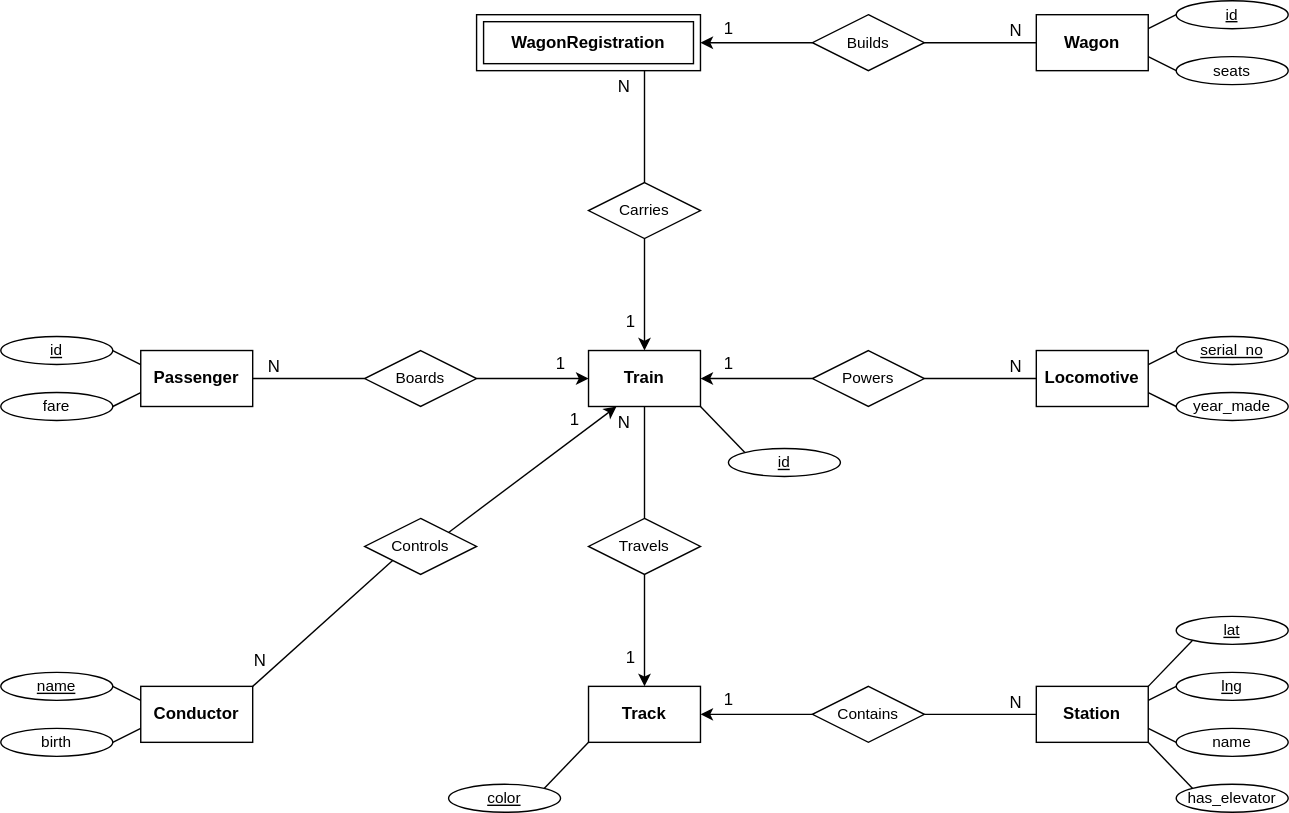
Earlier version of the draw.io export cta/er1.svg (hanggrian/IIT-CS425). Source tidied: cells renumbered, new cells last; positions are measured from the earlier drawing's top-left corner, leaving out a move shared by most shapes.
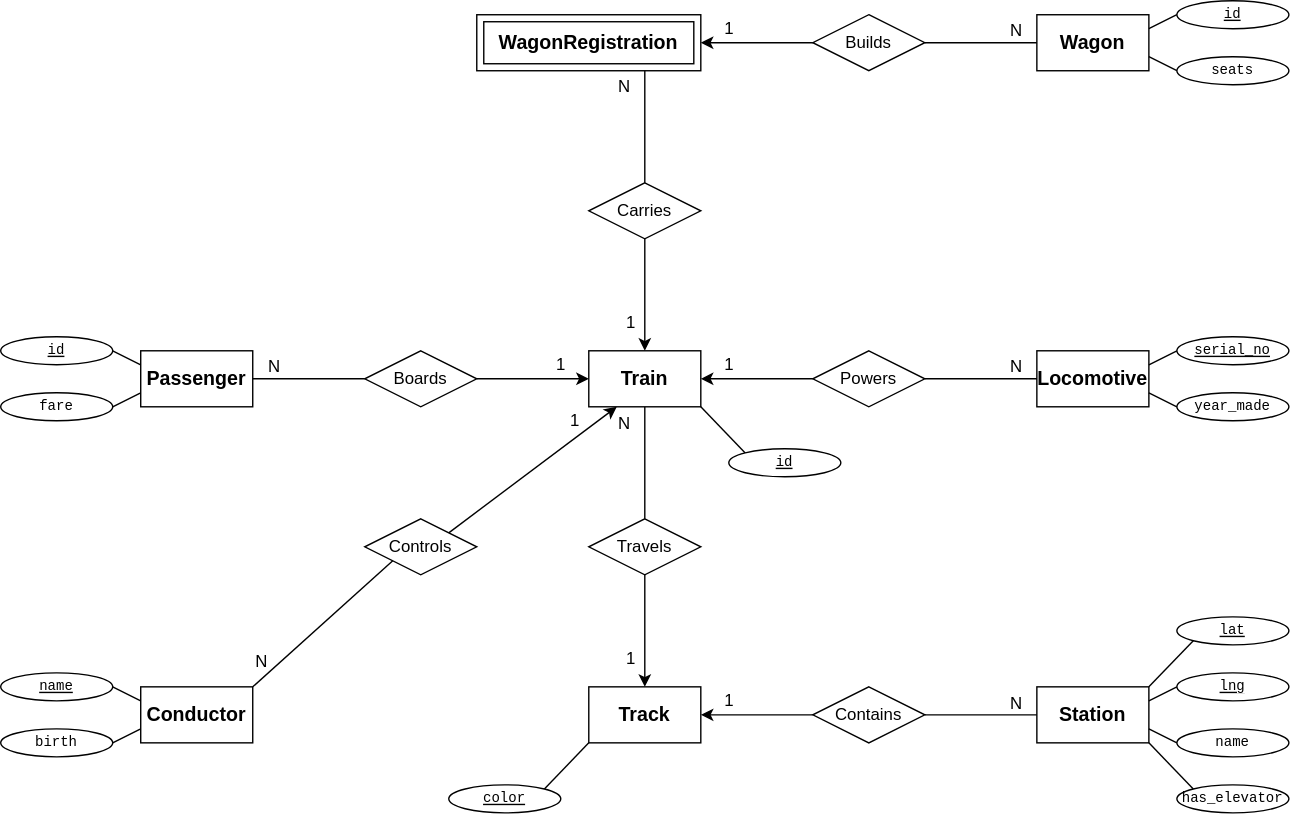
Later version of the same file.

Change to the diagram source:
```diff
@@ -2,34 +2,34 @@
   <root>
     <mxCell id="0" />
     <mxCell id="1" parent="0" />
-    <mxCell id="2" value="WagonRegistration" style="shape=ext;margin=3;double=1;whiteSpace=wrap;html=1;align=center;fontSize=12;fontStyle=1;" parent="1" vertex="1">
+    <mxCell id="2" value="WagonRegistration" style="shape=ext;margin=3;double=1;whiteSpace=wrap;html=1;align=center;fontSize=14;fontStyle=1;" parent="1" vertex="1">
       <mxGeometry x="340" y="10" width="160" height="40" as="geometry" />
     </mxCell>
-    <mxCell id="3" value="Passenger" style="whiteSpace=wrap;html=1;align=center;fontSize=12;fontStyle=1;" parent="1" vertex="1">
+    <mxCell id="3" value="Passenger" style="whiteSpace=wrap;html=1;align=center;fontSize=14;fontStyle=1;" parent="1" vertex="1">
       <mxGeometry x="100" y="250" width="80" height="40" as="geometry" />
     </mxCell>
-    <mxCell id="4" value="Conductor" style="whiteSpace=wrap;html=1;align=center;fontSize=12;fontStyle=1;" parent="1" vertex="1">
+    <mxCell id="4" value="Conductor" style="whiteSpace=wrap;html=1;align=center;fontSize=14;fontStyle=1;" parent="1" vertex="1">
       <mxGeometry x="100" y="490" width="80" height="40" as="geometry" />
     </mxCell>
-    <mxCell id="5" value="Track" style="whiteSpace=wrap;html=1;align=center;fontSize=12;fontStyle=1;" parent="1" vertex="1">
+    <mxCell id="5" value="Track" style="whiteSpace=wrap;html=1;align=center;fontSize=14;fontStyle=1;" parent="1" vertex="1">
       <mxGeometry x="420" y="490" width="80" height="40" as="geometry" />
     </mxCell>
-    <mxCell id="6" value="Station" style="whiteSpace=wrap;html=1;align=center;fontSize=12;fontStyle=1;" parent="1" vertex="1">
+    <mxCell id="6" value="Station" style="whiteSpace=wrap;html=1;align=center;fontSize=14;fontStyle=1;" parent="1" vertex="1">
       <mxGeometry x="740" y="490" width="80" height="40" as="geometry" />
     </mxCell>
-    <mxCell id="7" value="Wagon" style="whiteSpace=wrap;html=1;align=center;fontSize=12;fontStyle=1;" parent="1" vertex="1">
+    <mxCell id="7" value="Wagon" style="whiteSpace=wrap;html=1;align=center;fontSize=14;fontStyle=1;" parent="1" vertex="1">
       <mxGeometry x="740" y="10" width="80" height="40" as="geometry" />
     </mxCell>
-    <mxCell id="8" value="Locomotive" style="whiteSpace=wrap;html=1;align=center;fontSize=12;fontStyle=1;" parent="1" vertex="1">
+    <mxCell id="8" value="Locomotive" style="whiteSpace=wrap;html=1;align=center;fontSize=14;fontStyle=1;" parent="1" vertex="1">
       <mxGeometry x="740" y="250" width="80" height="40" as="geometry" />
     </mxCell>
-    <mxCell id="9" value="Powers" style="shape=rhombus;perimeter=rhombusPerimeter;whiteSpace=wrap;html=1;align=center;fontSize=11;" parent="1" vertex="1">
+    <mxCell id="9" value="Powers" style="shape=rhombus;perimeter=rhombusPerimeter;whiteSpace=wrap;html=1;align=center;fontSize=12;" parent="1" vertex="1">
       <mxGeometry x="580" y="250" width="80" height="40" as="geometry" />
     </mxCell>
-    <mxCell id="10" value="Builds" style="shape=rhombus;perimeter=rhombusPerimeter;whiteSpace=wrap;html=1;align=center;fontSize=11;" parent="1" vertex="1">
+    <mxCell id="10" value="Builds" style="shape=rhombus;perimeter=rhombusPerimeter;whiteSpace=wrap;html=1;align=center;fontSize=12;" parent="1" vertex="1">
       <mxGeometry x="580" y="10" width="80" height="40" as="geometry" />
     </mxCell>
-    <mxCell id="11" value="Controls" style="shape=rhombus;perimeter=rhombusPerimeter;whiteSpace=wrap;html=1;align=center;fontSize=11;" parent="1" vertex="1">
+    <mxCell id="11" value="Controls" style="shape=rhombus;perimeter=rhombusPerimeter;whiteSpace=wrap;html=1;align=center;fontSize=12;" parent="1" vertex="1">
       <mxGeometry x="260" y="370" width="80" height="40" as="geometry" />
     </mxCell>
     <mxCell id="12" style="endArrow=none;html=1;rounded=0;exitX=0;exitY=1;exitDx=0;exitDy=0;entryX=1;entryY=0;entryDx=0;entryDy=0;" parent="1" edge="1" source="11" target="4">
@@ -48,7 +48,7 @@
         <mxPoint x="-10" as="offset" />
       </mxGeometry>
     </mxCell>
-    <mxCell id="16" value="Travels" style="shape=rhombus;perimeter=rhombusPerimeter;whiteSpace=wrap;html=1;align=center;fontSize=11;" parent="1" vertex="1">
+    <mxCell id="16" value="Travels" style="shape=rhombus;perimeter=rhombusPerimeter;whiteSpace=wrap;html=1;align=center;fontSize=12;" parent="1" vertex="1">
       <mxGeometry x="420" y="370" width="80" height="40" as="geometry" />
     </mxCell>
     <mxCell id="17" style="endArrow=none;html=1;rounded=0;exitX=0.5;exitY=0;exitDx=0;exitDy=0;entryX=0.5;entryY=1;entryDx=0;entryDy=0;" parent="1" edge="1" source="16" target="31">
@@ -59,7 +59,7 @@
         <mxPoint x="-10" y="20" as="offset" />
       </mxGeometry>
     </mxCell>
-    <mxCell id="19" value="Contains" style="shape=rhombus;perimeter=rhombusPerimeter;whiteSpace=wrap;html=1;align=center;fontSize=11;" parent="1" vertex="1">
+    <mxCell id="19" value="Contains" style="shape=rhombus;perimeter=rhombusPerimeter;whiteSpace=wrap;html=1;align=center;fontSize=12;" parent="1" vertex="1">
       <mxGeometry x="580" y="490" width="80" height="40" as="geometry" />
     </mxCell>
     <mxCell id="20" style="endArrow=none;html=1;rounded=0;entryX=0;entryY=0.5;entryDx=0;entryDy=0;exitX=1;exitY=0.5;exitDx=0;exitDy=0;" parent="1" edge="1" source="19" target="6">
@@ -73,10 +73,10 @@
     <mxCell id="22" value="1" style="rounded=0;jettySize=auto;html=1;exitX=1;exitY=0.5;exitDx=0;exitDy=0;entryX=0;entryY=0.5;entryDx=0;entryDy=0;fontSize=12;" parent="1" edge="1" source="23" target="31">
       <mxGeometry x="0.5" y="10" relative="1" as="geometry" />
     </mxCell>
-    <mxCell id="23" value="Boards" style="shape=rhombus;perimeter=rhombusPerimeter;whiteSpace=wrap;html=1;align=center;fontSize=11;" parent="1" vertex="1">
+    <mxCell id="23" value="Boards" style="shape=rhombus;perimeter=rhombusPerimeter;whiteSpace=wrap;html=1;align=center;fontSize=12;" parent="1" vertex="1">
       <mxGeometry x="260" y="250" width="80" height="40" as="geometry" />
     </mxCell>
-    <mxCell id="24" value="Carries" style="shape=rhombus;perimeter=rhombusPerimeter;whiteSpace=wrap;html=1;align=center;fontSize=11;" parent="1" vertex="1">
+    <mxCell id="24" value="Carries" style="shape=rhombus;perimeter=rhombusPerimeter;whiteSpace=wrap;html=1;align=center;fontSize=12;" parent="1" vertex="1">
       <mxGeometry x="420" y="130" width="80" height="40" as="geometry" />
     </mxCell>
     <mxCell id="25" style="endArrow=none;html=1;rounded=0;entryX=0.75;entryY=1;entryDx=0;entryDy=0;exitX=0.5;exitY=0;exitDx=0;exitDy=0;" parent="1" edge="1" source="24" target="2">
@@ -103,85 +103,85 @@
         <mxPoint x="20" as="offset" />
       </mxGeometry>
     </mxCell>
-    <mxCell id="31" value="Train" style="whiteSpace=wrap;html=1;align=center;fontSize=12;fontStyle=1;" parent="1" vertex="1">
+    <mxCell id="31" value="Train" style="whiteSpace=wrap;html=1;align=center;fontSize=14;fontStyle=1;" parent="1" vertex="1">
       <mxGeometry x="420" y="250" width="80" height="40" as="geometry" />
     </mxCell>
     <mxCell id="32" style="endArrow=none;html=1;rounded=0;fontSize=11;exitX=1;exitY=0;exitDx=0;exitDy=0;entryX=0;entryY=1;entryDx=0;entryDy=0;" parent="1" edge="1" source="64" target="5">
       <mxGeometry relative="1" as="geometry" />
     </mxCell>
-    <mxCell id="33" value="lat" style="ellipse;whiteSpace=wrap;html=1;align=center;fontSize=11;fontStyle=4;" parent="1" vertex="1">
+    <mxCell id="33" value="lat" style="ellipse;whiteSpace=wrap;html=1;align=center;fontSize=10;fontStyle=4;fontFamily=Courier New;" parent="1" vertex="1">
       <mxGeometry x="840" y="440" width="80" height="20" as="geometry" />
     </mxCell>
-    <mxCell id="34" value="lng" style="ellipse;whiteSpace=wrap;html=1;align=center;fontSize=11;fontStyle=4;" parent="1" vertex="1">
+    <mxCell id="34" value="lng" style="ellipse;whiteSpace=wrap;html=1;align=center;fontSize=10;fontStyle=4;fontFamily=Courier New;" parent="1" vertex="1">
       <mxGeometry x="840" y="480" width="80" height="20" as="geometry" />
     </mxCell>
-    <mxCell id="35" value="name" style="ellipse;whiteSpace=wrap;html=1;align=center;fontSize=11;fontStyle=0;" parent="1" vertex="1">
+    <mxCell id="35" value="name" style="ellipse;whiteSpace=wrap;html=1;align=center;fontSize=10;fontStyle=0;fontFamily=Courier New;" parent="1" vertex="1">
       <mxGeometry x="840" y="520" width="80" height="20" as="geometry" />
     </mxCell>
-    <mxCell id="36" value="has_elevator" style="ellipse;whiteSpace=wrap;html=1;align=center;fontSize=11;fontStyle=0;" parent="1" vertex="1">
+    <mxCell id="36" value="has_elevator" style="ellipse;whiteSpace=wrap;html=1;align=center;fontSize=10;fontStyle=0;fontFamily=Courier New;" parent="1" vertex="1">
       <mxGeometry x="840" y="560" width="80" height="20" as="geometry" />
     </mxCell>
-    <mxCell id="37" style="endArrow=none;html=1;rounded=0;fontSize=11;exitX=1;exitY=0.25;exitDx=0;exitDy=0;entryX=0;entryY=0.5;entryDx=0;entryDy=0;" parent="1" edge="1" source="6" target="34">
+    <mxCell id="37" style="endArrow=none;html=1;rounded=0;fontSize=10;exitX=1;exitY=0.25;exitDx=0;exitDy=0;entryX=0;entryY=0.5;entryDx=0;entryDy=0;fontFamily=Courier New;" parent="1" edge="1" source="6" target="34">
       <mxGeometry relative="1" as="geometry" />
     </mxCell>
-    <mxCell id="38" style="endArrow=none;html=1;rounded=0;fontSize=11;exitX=1;exitY=0;exitDx=0;exitDy=0;entryX=0;entryY=1;entryDx=0;entryDy=0;" parent="1" edge="1" source="6" target="33">
+    <mxCell id="38" style="endArrow=none;html=1;rounded=0;fontSize=10;exitX=1;exitY=0;exitDx=0;exitDy=0;entryX=0;entryY=1;entryDx=0;entryDy=0;fontFamily=Courier New;" parent="1" edge="1" source="6" target="33">
       <mxGeometry relative="1" as="geometry" />
     </mxCell>
-    <mxCell id="39" style="endArrow=none;html=1;rounded=0;fontSize=11;exitX=1;exitY=0.75;exitDx=0;exitDy=0;entryX=0;entryY=0.5;entryDx=0;entryDy=0;" parent="1" edge="1" source="6" target="35">
+    <mxCell id="39" style="endArrow=none;html=1;rounded=0;fontSize=10;exitX=1;exitY=0.75;exitDx=0;exitDy=0;entryX=0;entryY=0.5;entryDx=0;entryDy=0;fontFamily=Courier New;" parent="1" edge="1" source="6" target="35">
       <mxGeometry relative="1" as="geometry" />
     </mxCell>
-    <mxCell id="40" style="endArrow=none;html=1;rounded=0;fontSize=11;exitX=1;exitY=1;exitDx=0;exitDy=0;entryX=0;entryY=0;entryDx=0;entryDy=0;" parent="1" edge="1" source="6" target="36">
+    <mxCell id="40" style="endArrow=none;html=1;rounded=0;fontSize=10;exitX=1;exitY=1;exitDx=0;exitDy=0;entryX=0;entryY=0;entryDx=0;entryDy=0;fontFamily=Courier New;" parent="1" edge="1" source="6" target="36">
       <mxGeometry relative="1" as="geometry" />
     </mxCell>
-    <mxCell id="41" value="name" style="ellipse;whiteSpace=wrap;html=1;align=center;fontSize=11;fontStyle=4;" parent="1" vertex="1">
+    <mxCell id="41" value="name" style="ellipse;whiteSpace=wrap;html=1;align=center;fontSize=10;fontStyle=4;fontFamily=Courier New;" parent="1" vertex="1">
       <mxGeometry y="480" width="80" height="20" as="geometry" />
     </mxCell>
-    <mxCell id="42" value="birth" style="ellipse;whiteSpace=wrap;html=1;align=center;fontSize=11;fontStyle=0;" parent="1" vertex="1">
+    <mxCell id="42" value="birth" style="ellipse;whiteSpace=wrap;html=1;align=center;fontSize=10;fontStyle=0;fontFamily=Courier New;" parent="1" vertex="1">
       <mxGeometry y="520" width="80" height="20" as="geometry" />
     </mxCell>
-    <mxCell id="43" style="endArrow=none;html=1;rounded=0;fontSize=11;exitX=1;exitY=0.5;exitDx=0;exitDy=0;entryX=0;entryY=0.25;entryDx=0;entryDy=0;" parent="1" edge="1" source="41" target="4">
+    <mxCell id="43" style="endArrow=none;html=1;rounded=0;fontSize=11;exitX=1;exitY=0.5;exitDx=0;exitDy=0;entryX=0;entryY=0.25;entryDx=0;entryDy=0;fontFamily=Courier New;" parent="1" edge="1" source="41" target="4">
       <mxGeometry relative="1" as="geometry" />
     </mxCell>
-    <mxCell id="44" style="endArrow=none;html=1;rounded=0;fontSize=11;exitX=1;exitY=0.5;exitDx=0;exitDy=0;entryX=0;entryY=0.75;entryDx=0;entryDy=0;" parent="1" edge="1" source="42" target="4">
+    <mxCell id="44" style="endArrow=none;html=1;rounded=0;fontSize=11;exitX=1;exitY=0.5;exitDx=0;exitDy=0;entryX=0;entryY=0.75;entryDx=0;entryDy=0;fontFamily=Courier New;" parent="1" edge="1" source="42" target="4">
       <mxGeometry relative="1" as="geometry" />
     </mxCell>
-    <mxCell id="45" value="serial_no" style="ellipse;whiteSpace=wrap;html=1;align=center;fontSize=11;fontStyle=4;" parent="1" vertex="1">
+    <mxCell id="45" value="serial_no" style="ellipse;whiteSpace=wrap;html=1;align=center;fontSize=10;fontStyle=4;fontFamily=Courier New;" parent="1" vertex="1">
       <mxGeometry x="840" y="240" width="80" height="20" as="geometry" />
     </mxCell>
-    <mxCell id="46" value="year_made" style="ellipse;whiteSpace=wrap;html=1;align=center;fontSize=11;fontStyle=0;" parent="1" vertex="1">
+    <mxCell id="46" value="year_made" style="ellipse;whiteSpace=wrap;html=1;align=center;fontSize=10;fontStyle=0;fontFamily=Courier New;" parent="1" vertex="1">
       <mxGeometry x="840" y="280" width="80" height="20" as="geometry" />
     </mxCell>
-    <mxCell id="47" style="endArrow=none;html=1;rounded=0;fontSize=11;exitX=0;exitY=0.5;exitDx=0;exitDy=0;entryX=1;entryY=0.25;entryDx=0;entryDy=0;" parent="1" edge="1" source="45" target="8">
+    <mxCell id="47" style="endArrow=none;html=1;rounded=0;fontSize=10;exitX=0;exitY=0.5;exitDx=0;exitDy=0;entryX=1;entryY=0.25;entryDx=0;entryDy=0;fontFamily=Courier New;" parent="1" edge="1" source="45" target="8">
       <mxGeometry relative="1" as="geometry" />
     </mxCell>
-    <mxCell id="48" style="endArrow=none;html=1;rounded=0;fontSize=11;exitX=0;exitY=0.5;exitDx=0;exitDy=0;entryX=1;entryY=0.75;entryDx=0;entryDy=0;" parent="1" edge="1" source="46" target="8">
+    <mxCell id="48" style="endArrow=none;html=1;rounded=0;fontSize=10;exitX=0;exitY=0.5;exitDx=0;exitDy=0;entryX=1;entryY=0.75;entryDx=0;entryDy=0;fontFamily=Courier New;" parent="1" edge="1" source="46" target="8">
       <mxGeometry relative="1" as="geometry" />
     </mxCell>
     <mxCell id="49" style="endArrow=none;html=1;rounded=0;fontSize=11;exitX=0;exitY=0;exitDx=0;exitDy=0;entryX=1;entryY=1;entryDx=0;entryDy=0;" parent="1" edge="1" source="65" target="31">
       <mxGeometry relative="1" as="geometry" />
     </mxCell>
-    <mxCell id="50" value="id" style="ellipse;whiteSpace=wrap;html=1;align=center;fontSize=11;fontStyle=4;" parent="1" vertex="1">
+    <mxCell id="50" value="id" style="ellipse;whiteSpace=wrap;html=1;align=center;fontSize=10;fontStyle=4;fontFamily=Courier New;" parent="1" vertex="1">
       <mxGeometry x="840" width="80" height="20" as="geometry" />
     </mxCell>
-    <mxCell id="51" value="seats" style="ellipse;whiteSpace=wrap;html=1;align=center;fontSize=11;fontStyle=0;" parent="1" vertex="1">
+    <mxCell id="51" value="seats" style="ellipse;whiteSpace=wrap;html=1;align=center;fontSize=10;fontStyle=0;fontFamily=Courier New;" parent="1" vertex="1">
       <mxGeometry x="840" y="40" width="80" height="20" as="geometry" />
     </mxCell>
-    <mxCell id="52" style="endArrow=none;html=1;rounded=0;fontSize=11;exitX=0;exitY=0.5;exitDx=0;exitDy=0;entryX=1;entryY=0.25;entryDx=0;entryDy=0;" parent="1" edge="1" source="50" target="7">
+    <mxCell id="52" style="endArrow=none;html=1;rounded=0;fontSize=10;exitX=0;exitY=0.5;exitDx=0;exitDy=0;entryX=1;entryY=0.25;entryDx=0;entryDy=0;fontFamily=Courier New;" parent="1" edge="1" source="50" target="7">
       <mxGeometry relative="1" as="geometry" />
     </mxCell>
-    <mxCell id="53" style="endArrow=none;html=1;rounded=0;fontSize=11;exitX=0;exitY=0.5;exitDx=0;exitDy=0;entryX=1;entryY=0.75;entryDx=0;entryDy=0;" parent="1" edge="1" source="51" target="7">
+    <mxCell id="53" style="endArrow=none;html=1;rounded=0;fontSize=10;exitX=0;exitY=0.5;exitDx=0;exitDy=0;entryX=1;entryY=0.75;entryDx=0;entryDy=0;fontFamily=Courier New;" parent="1" edge="1" source="51" target="7">
       <mxGeometry relative="1" as="geometry" />
     </mxCell>
-    <mxCell id="54" value="id" style="ellipse;whiteSpace=wrap;html=1;align=center;fontSize=11;fontStyle=4;" parent="1" vertex="1">
+    <mxCell id="54" value="id" style="ellipse;whiteSpace=wrap;html=1;align=center;fontSize=10;fontStyle=4;fontFamily=Courier New;" parent="1" vertex="1">
       <mxGeometry y="240" width="80" height="20" as="geometry" />
     </mxCell>
-    <mxCell id="55" value="fare" style="ellipse;whiteSpace=wrap;html=1;align=center;fontSize=11;fontStyle=0;" parent="1" vertex="1">
+    <mxCell id="55" value="fare" style="ellipse;whiteSpace=wrap;html=1;align=center;fontSize=10;fontStyle=0;fontFamily=Courier New;" parent="1" vertex="1">
       <mxGeometry y="280" width="80" height="20" as="geometry" />
     </mxCell>
-    <mxCell id="56" style="endArrow=none;html=1;rounded=0;fontSize=11;exitX=1;exitY=0.5;exitDx=0;exitDy=0;entryX=0;entryY=0.25;entryDx=0;entryDy=0;" parent="1" edge="1" source="54" target="3">
+    <mxCell id="56" style="endArrow=none;html=1;rounded=0;fontSize=11;exitX=1;exitY=0.5;exitDx=0;exitDy=0;entryX=0;entryY=0.25;entryDx=0;entryDy=0;fontFamily=Courier New;" parent="1" edge="1" source="54" target="3">
       <mxGeometry relative="1" as="geometry" />
     </mxCell>
-    <mxCell id="57" style="endArrow=none;html=1;rounded=0;fontSize=11;exitX=1;exitY=0.5;exitDx=0;exitDy=0;entryX=0;entryY=0.75;entryDx=0;entryDy=0;" parent="1" edge="1" source="55" target="3">
+    <mxCell id="57" style="endArrow=none;html=1;rounded=0;fontSize=11;exitX=1;exitY=0.5;exitDx=0;exitDy=0;entryX=0;entryY=0.75;entryDx=0;entryDy=0;fontFamily=Courier New;" parent="1" edge="1" source="55" target="3">
       <mxGeometry relative="1" as="geometry" />
     </mxCell>
     <mxCell id="58" value="1" style="rounded=0;jettySize=auto;html=1;exitX=0;exitY=0.5;exitDx=0;exitDy=0;entryX=1;entryY=0.5;entryDx=0;entryDy=0;fontSize=12;" parent="1" edge="1" source="9" target="31">
@@ -202,10 +202,10 @@
     <mxCell id="63" value="1" style="rounded=0;jettySize=auto;html=1;exitX=0;exitY=0.5;exitDx=0;exitDy=0;entryX=1;entryY=0.5;entryDx=0;entryDy=0;fontSize=12;" parent="1" edge="1" source="19" target="5">
       <mxGeometry x="0.5" y="-10" relative="1" as="geometry" />
     </mxCell>
-    <mxCell id="64" value="color" style="ellipse;whiteSpace=wrap;html=1;align=center;fontSize=11;fontStyle=4;" parent="1" vertex="1">
+    <mxCell id="64" value="color" style="ellipse;whiteSpace=wrap;html=1;align=center;fontSize=10;fontStyle=4;fontFamily=Courier New;" parent="1" vertex="1">
       <mxGeometry x="320" y="560" width="80" height="20" as="geometry" />
     </mxCell>
-    <mxCell id="65" value="id" style="ellipse;whiteSpace=wrap;html=1;align=center;fontSize=11;fontStyle=4;" parent="1" vertex="1">
+    <mxCell id="65" value="id" style="ellipse;whiteSpace=wrap;html=1;align=center;fontSize=10;fontStyle=4;fontFamily=Courier New;" parent="1" vertex="1">
       <mxGeometry x="520" y="320" width="80" height="20" as="geometry" />
     </mxCell>
   </root>
```
